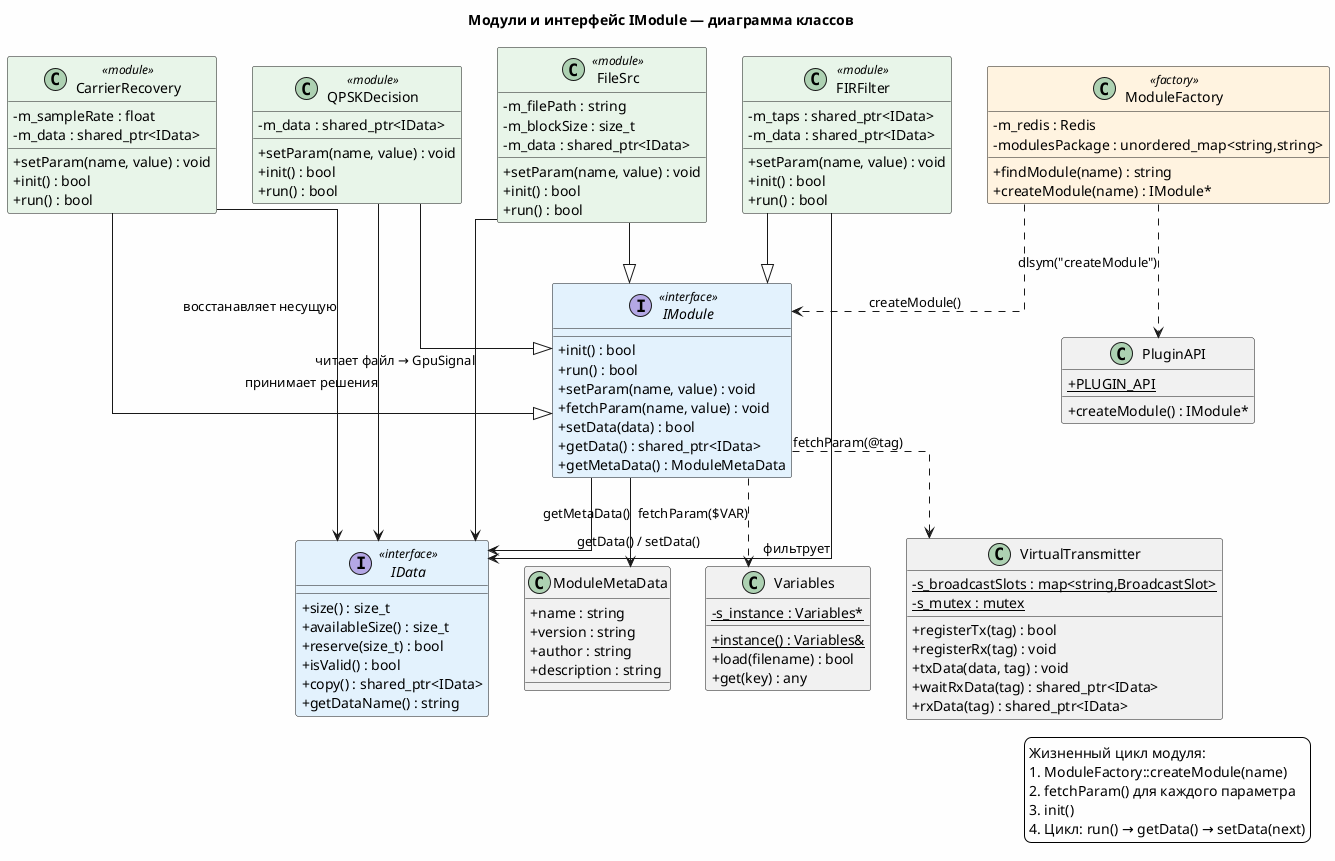
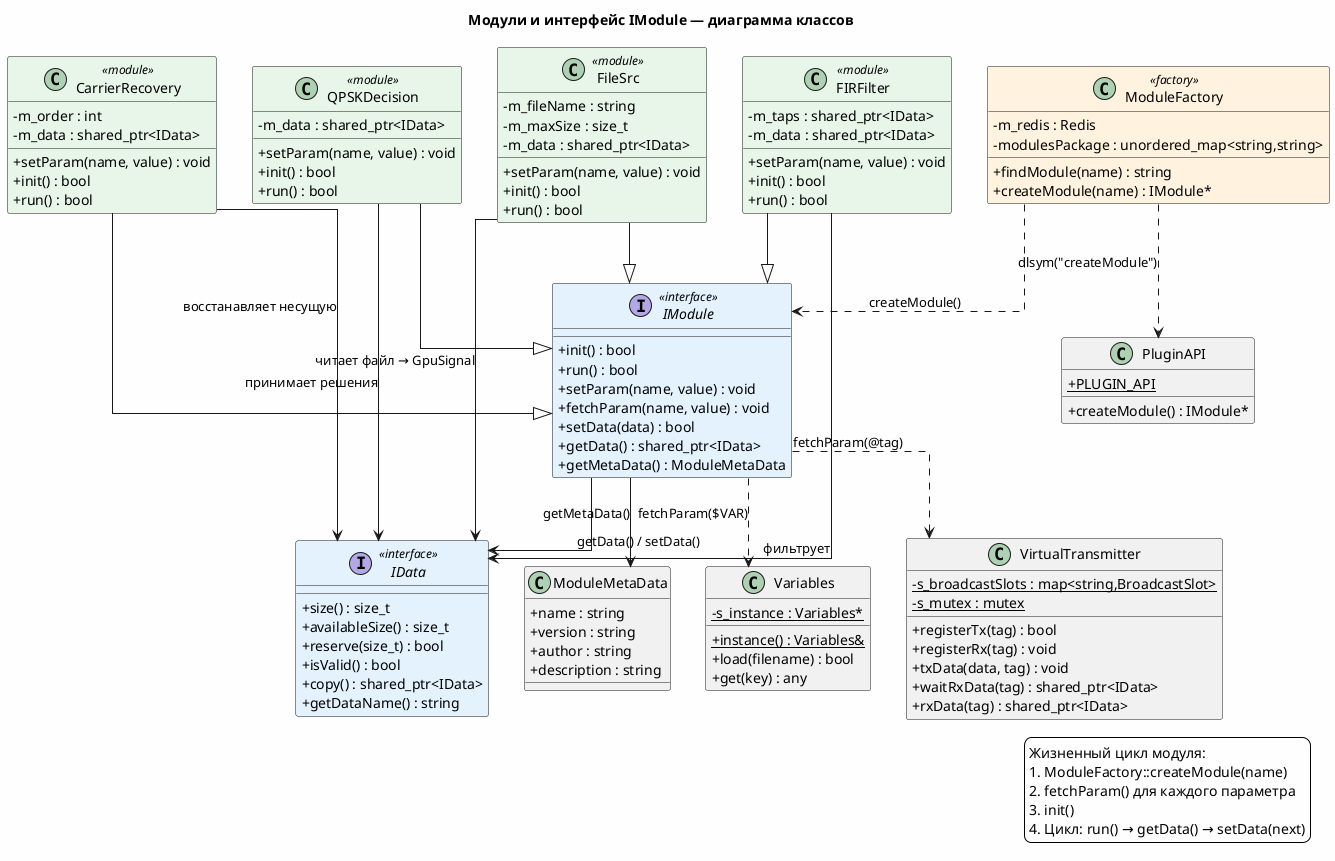
@startuml
skinparam classAttributeIconSize 0
skinparam linetype ortho
skinparam backgroundColor #FEFEFE
skinparam class {
    BackgroundColor<<interface>> #E3F2FD
    BackgroundColor<<module>> #E8F5E9
    BackgroundColor<<factory>> #FFF3E0
    BackgroundColor<<data>> #F3E5F5
}

title Модули и интерфейс IModule — диаграмма классов

interface IData <<interface>> {
    + size() : size_t
    + availableSize() : size_t
    + reserve(size_t) : bool
    + isValid() : bool
    + copy() : shared_ptr<IData>
    + getDataName() : string
}

interface IModule <<interface>> {
    + init() : bool
    + run() : bool
    + setParam(name, value) : void
    + fetchParam(name, value) : void
    + setData(data) : bool
    + getData() : shared_ptr<IData>
    + getMetaData() : ModuleMetaData
}

class ModuleFactory <<factory>> {
    - m_redis : Redis
    - modulesPackage : unordered_map<string,string>
    + findModule(name) : string
    + createModule(name) : IModule*
}

class ModuleMetaData {
    + name : string
    + version : string
    + author : string
    + description : string
}

class Variables {
    - {static} s_instance : Variables*
    + {static} instance() : Variables&
    + load(filename) : bool
    + get(key) : any
}

class VirtualTransmitter {
    - {static} s_broadcastSlots : map<string,BroadcastSlot>
    - {static} s_mutex : mutex
    + registerTx(tag) : bool
    + registerRx(tag) : void
    + txData(data, tag) : void
    + waitRxData(tag) : shared_ptr<IData>
    + rxData(tag) : shared_ptr<IData>
}

class FileSrc <<module>> {
-     - m_filePath : string
-     - m_blockSize : size_t
+     - m_fileName : string
+     - m_maxSize : size_t
    - m_data : shared_ptr<IData>
    + setParam(name, value) : void
    + init() : bool
    + run() : bool
}

class FIRFilter <<module>> {
    - m_taps : shared_ptr<IData>
    - m_data : shared_ptr<IData>
    + setParam(name, value) : void
    + init() : bool
    + run() : bool
}

class CarrierRecovery <<module>> {
-     - m_sampleRate : float
+     - m_order : int
    - m_data : shared_ptr<IData>
    + setParam(name, value) : void
    + init() : bool
    + run() : bool
}

class QPSKDecision <<module>> {
    - m_data : shared_ptr<IData>
    + setParam(name, value) : void
    + init() : bool
    + run() : bool
}

class PluginAPI {
    + {static} PLUGIN_API
    + createModule() : IModule*
}

IModule --> IData : getData() / setData()
IModule --> ModuleMetaData : getMetaData()
IModule ..> Variables : fetchParam($VAR)
IModule ..> VirtualTransmitter : fetchParam(@tag)

ModuleFactory ..> IModule : createModule()
ModuleFactory ..> PluginAPI : dlsym("createModule")

FileSrc --|> IModule
FIRFilter --|> IModule
CarrierRecovery --|> IModule
QPSKDecision --|> IModule

FileSrc --> IData : читает файл → GpuSignal
FIRFilter --> IData : фильтрует
CarrierRecovery --> IData : восстанавляет несущую
QPSKDecision --> IData : принимает решения

legend right
    Жизненный цикл модуля:
    1. ModuleFactory::createModule(name)
    2. fetchParam() для каждого параметра
    3. init()
    4. Цикл: run() → getData() → setData(next)
endlegend

@enduml
